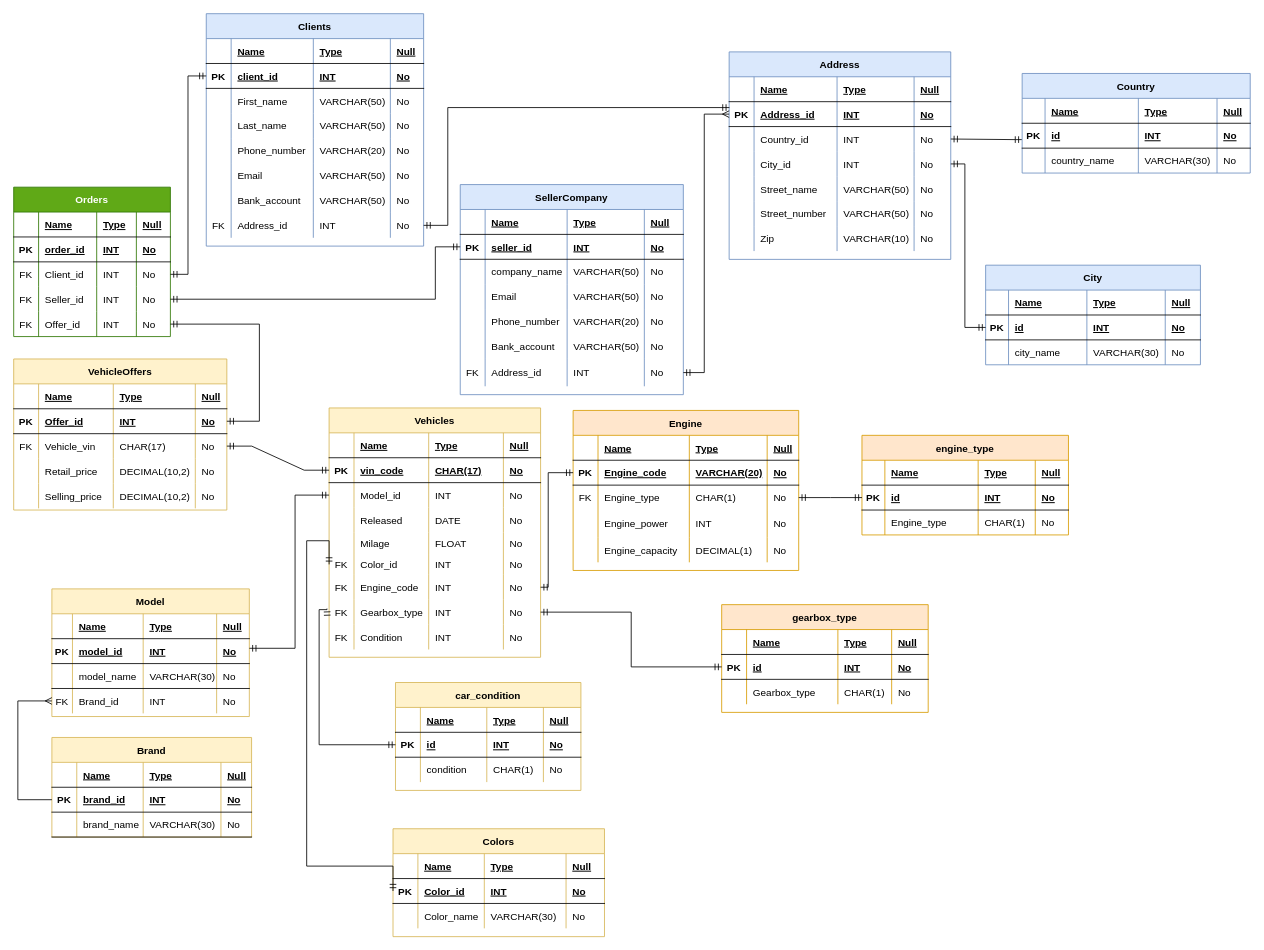
The draw.io diagram page "physical model" (7 of 7) of Car Marketplace.drawio in kstekels/Car-Marketplace, before the edit. Source tidied: cells renumbered, new cells numbered last; positions are measured from the earlier drawing's top-left corner, leaving out a move shared by most shapes. Both pictures are drawn from the tidied source at 83%, with x=0, y=0 at pixel (13, 13).
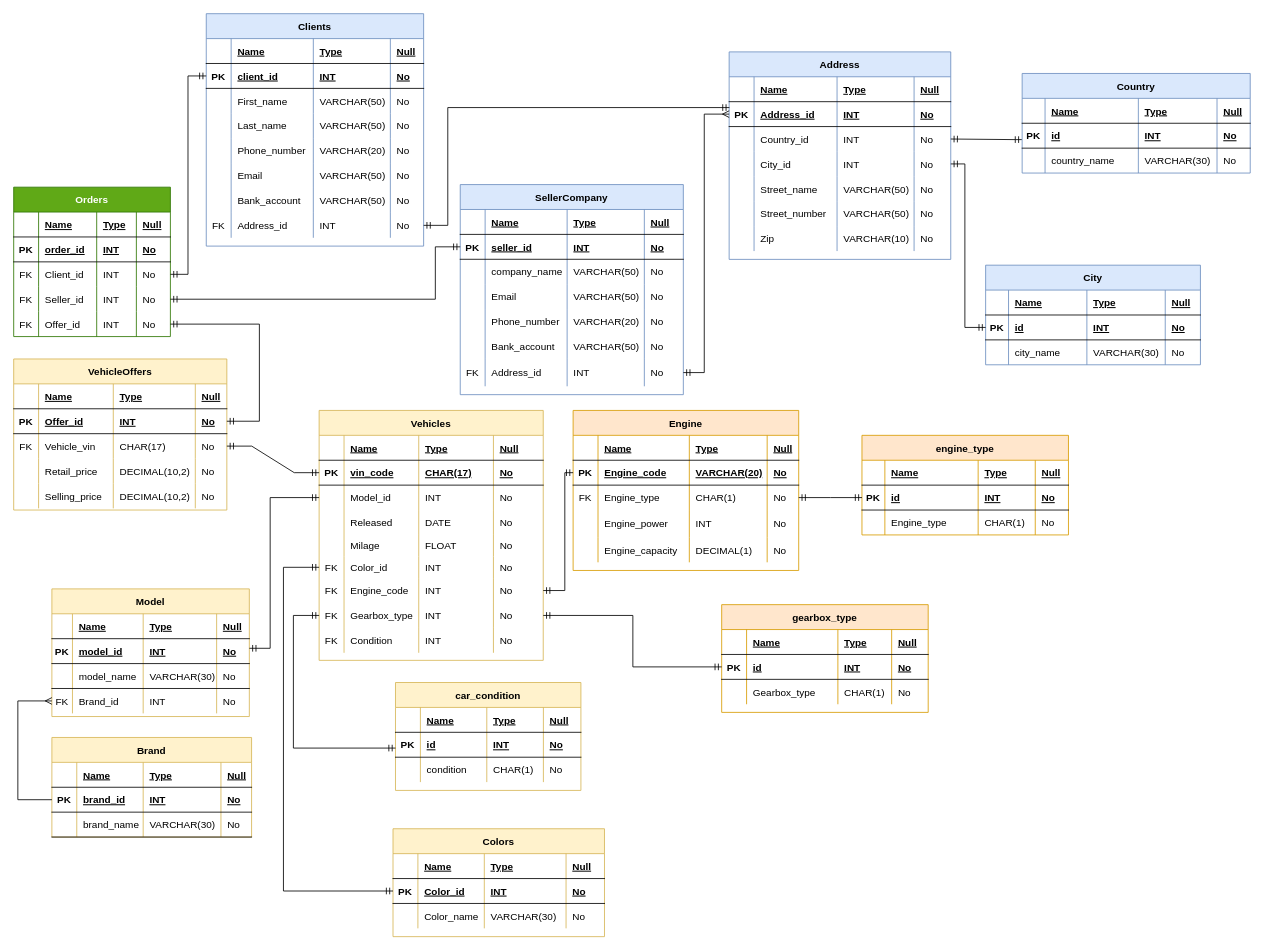
After the change.

Unchanged cells that the change refers to:
```xml
<mxCell id="194" style="shape=partialRectangle;fillColor=none;top=0;left=0;bottom=1;right=0;points=[[0,0.5],[1,0.5]];portConstraint=eastwest;" parent="188" vertex="1">
  <mxGeometry y="60" width="254.8" height="30" as="geometry" />
</mxCell>
<mxCell id="210" style="shape=partialRectangle;fillColor=none;top=0;left=0;bottom=1;right=0;points=[[0,0.5],[1,0.5]];portConstraint=eastwest;" parent="204" vertex="1">
  <mxGeometry y="60" width="271.8" height="30" as="geometry" />
</mxCell>
<mxCell id="304" style="shape=partialRectangle;fillColor=none;top=0;left=0;bottom=1;right=0;points=[[0,0.5],[1,0.5]];portConstraint=eastwest;" parent="298" vertex="1">
  <mxGeometry y="60" width="223.4" height="30" as="geometry" />
</mxCell>
<mxCell id="337" style="shape=partialRectangle;fillColor=none;top=0;left=0;bottom=1;right=0;points=[[0,0.5],[1,0.5]];portConstraint=eastwest;" parent="331" vertex="1">
  <mxGeometry y="60" width="237.9" height="30" as="geometry" />
</mxCell>
```

The edit, as a diff of the source:
```diff
@@
     <mxCell id="142" value="Vehicles" style="shape=table;startSize=30;childLayout=tableLayout;rowLines=0;fontStyle=1;align=center;fillColor=#fff2cc;strokeColor=#d6b656;" parent="1" vertex="1">
-      <mxGeometry x="380" y="475" width="254.8" height="300.4" as="geometry" />
+      <mxGeometry x="368" y="478" width="270" height="301.1" as="geometry" />
     </mxCell>
     <mxCell id="143" style="shape=partialRectangle;fillColor=none;top=0;left=0;bottom=1;right=0;" parent="142" vertex="1">
-      <mxGeometry y="30" width="254.8" height="30" as="geometry" />
+      <mxGeometry y="30" width="270" height="30" as="geometry" />
     </mxCell>
@@
     <mxCell id="147" value="Null" style="shape=partialRectangle;fillColor=none;top=0;left=0;bottom=0;right=0;align=left;spacingLeft=6;fontStyle=5;overflow=hidden;" parent="143" vertex="1">
-      <mxGeometry x="210" width="44.8" height="30" as="geometry" />
+      <mxGeometry x="210" width="60" height="30" as="geometry" />
     </mxCell>
     <mxCell id="148" style="shape=partialRectangle;fillColor=none;top=0;left=0;bottom=1;right=0;points=[[0,0.5],[1,0.5]];portConstraint=eastwest;" parent="142" vertex="1">
-      <mxGeometry y="60" width="254.8" height="30" as="geometry" />
+      <mxGeometry y="60" width="270" height="30" as="geometry" />
     </mxCell>
@@
     <mxCell id="152" value="No" style="shape=partialRectangle;fillColor=none;top=0;left=0;bottom=0;right=0;align=left;spacingLeft=6;fontStyle=5;overflow=hidden;" parent="148" vertex="1">
-      <mxGeometry x="210" width="44.8" height="30" as="geometry" />
+      <mxGeometry x="210" width="60" height="30" as="geometry" />
     </mxCell>
     <mxCell id="153" style="shape=partialRectangle;fillColor=none;top=0;left=0;bottom=0;right=0;points=[[0,0.5],[1,0.5]];portConstraint=eastwest;" parent="142" vertex="1">
-      <mxGeometry y="90" width="254.8" height="30" as="geometry" />
+      <mxGeometry y="90" width="270" height="30" as="geometry" />
     </mxCell>
@@
     <mxCell id="157" value="No" style="shape=partialRectangle;fillColor=none;top=0;left=0;bottom=0;right=0;align=left;spacingLeft=6;overflow=hidden;" parent="153" vertex="1">
-      <mxGeometry x="210" width="44.8" height="30" as="geometry" />
+      <mxGeometry x="210" width="60" height="30" as="geometry" />
     </mxCell>
     <mxCell id="158" style="shape=partialRectangle;fillColor=none;top=0;left=0;bottom=0;right=0;" parent="142" vertex="1">
-      <mxGeometry y="120" width="254.8" height="30" as="geometry" />
+      <mxGeometry y="120" width="270" height="30" as="geometry" />
     </mxCell>
@@
     <mxCell id="162" value="No" style="shape=partialRectangle;fillColor=none;top=0;left=0;bottom=0;right=0;align=left;spacingLeft=6;overflow=hidden;" parent="158" vertex="1">
-      <mxGeometry x="210" width="44.8" height="30" as="geometry" />
+      <mxGeometry x="210" width="60" height="30" as="geometry" />
     </mxCell>
     <mxCell id="163" style="shape=partialRectangle;fillColor=none;top=0;left=0;bottom=0;right=0;" parent="142" vertex="1">
-      <mxGeometry y="150" width="254.8" height="26" as="geometry" />
+      <mxGeometry y="150" width="270" height="26" as="geometry" />
     </mxCell>
@@
     <mxCell id="167" value="No" style="shape=partialRectangle;fillColor=none;top=0;left=0;bottom=0;right=0;align=left;spacingLeft=6;overflow=hidden;" parent="163" vertex="1">
-      <mxGeometry x="210" width="44.8" height="26" as="geometry" />
+      <mxGeometry x="210" width="60" height="26" as="geometry" />
     </mxCell>
     <mxCell id="168" style="shape=partialRectangle;fillColor=none;top=0;left=0;bottom=0;right=0;points=[[0,0.5],[1,0.5]];portConstraint=eastwest;" parent="142" vertex="1">
-      <mxGeometry y="176" width="254.8" height="25" as="geometry" />
+      <mxGeometry y="176" width="270" height="26" as="geometry" />
     </mxCell>
     <mxCell id="169" value="FK" style="shape=partialRectangle;fillColor=none;top=0;left=0;bottom=0;right=0;fontStyle=0;overflow=hidden;" parent="168" vertex="1">
-      <mxGeometry width="30" height="25" as="geometry" />
+      <mxGeometry width="30" height="26" as="geometry" />
     </mxCell>
     <mxCell id="170" value="Color_id" style="shape=partialRectangle;fillColor=none;top=0;left=0;bottom=0;right=0;align=left;spacingLeft=6;fontStyle=0;overflow=hidden;" parent="168" vertex="1">
-      <mxGeometry x="30" width="90" height="25" as="geometry" />
+      <mxGeometry x="30" width="90" height="26" as="geometry" />
     </mxCell>
     <mxCell id="171" value="INT" style="shape=partialRectangle;fillColor=none;top=0;left=0;bottom=0;right=0;align=left;spacingLeft=6;fontStyle=0;overflow=hidden;" parent="168" vertex="1">
-      <mxGeometry x="120" width="90" height="25" as="geometry" />
+      <mxGeometry x="120" width="90" height="26" as="geometry" />
     </mxCell>
     <mxCell id="172" value="No" style="shape=partialRectangle;fillColor=none;top=0;left=0;bottom=0;right=0;align=left;spacingLeft=6;fontStyle=0;overflow=hidden;" parent="168" vertex="1">
-      <mxGeometry x="210" width="44.8" height="25" as="geometry" />
+      <mxGeometry x="210" width="60" height="26" as="geometry" />
     </mxCell>
     <mxCell id="173" style="shape=partialRectangle;fillColor=none;top=0;left=0;bottom=0;right=0;points=[[0,0.5],[1,0.5]];portConstraint=eastwest;" parent="142" vertex="1">
-      <mxGeometry y="201" width="254.8" height="30" as="geometry" />
+      <mxGeometry y="202" width="270" height="30" as="geometry" />
     </mxCell>
@@
     <mxCell id="177" value="No" style="shape=partialRectangle;fillColor=none;top=0;left=0;bottom=0;right=0;align=left;spacingLeft=6;fontStyle=0;overflow=hidden;" parent="173" vertex="1">
-      <mxGeometry x="210" width="44.8" height="30" as="geometry" />
+      <mxGeometry x="210" width="60" height="30" as="geometry" />
     </mxCell>
     <mxCell id="178" style="shape=partialRectangle;fillColor=none;top=0;left=0;bottom=0;right=0;points=[[0,0.5],[1,0.5]];portConstraint=eastwest;" parent="142" vertex="1">
-      <mxGeometry y="231" width="254.8" height="30" as="geometry" />
+      <mxGeometry y="232" width="270" height="30" as="geometry" />
     </mxCell>
@@
     <mxCell id="182" value="No" style="shape=partialRectangle;fillColor=none;top=0;left=0;bottom=0;right=0;align=left;spacingLeft=6;fontStyle=0;overflow=hidden;" parent="178" vertex="1">
-      <mxGeometry x="210" width="44.8" height="30" as="geometry" />
+      <mxGeometry x="210" width="60" height="30" as="geometry" />
     </mxCell>
     <mxCell id="183" style="shape=partialRectangle;fillColor=none;top=0;left=0;bottom=0;right=0;" parent="142" vertex="1">
-      <mxGeometry y="261" width="254.8" height="30" as="geometry" />
+      <mxGeometry y="262" width="270" height="30" as="geometry" />
     </mxCell>
@@
     <mxCell id="187" value="No" style="shape=partialRectangle;fillColor=none;top=0;left=0;bottom=0;right=0;align=left;spacingLeft=6;fontStyle=0;overflow=hidden;" parent="183" vertex="1">
-      <mxGeometry x="210" width="44.8" height="30" as="geometry" />
+      <mxGeometry x="210" width="60" height="30" as="geometry" />
     </mxCell>
@@
     <mxCell id="259" style="edgeStyle=elbowEdgeStyle;fontSize=12;html=1;endArrow=ERmandOne;rounded=0;entryX=0;entryY=0.5;entryDx=0;entryDy=0;endFill=0;startArrow=ERmandOne;startFill=0;" parent="1" edge="1" source="173" target="210">
       <mxGeometry relative="1" as="geometry">
         <Array as="points">
+          <mxPoint x="664" y="611" />
           <mxPoint x="644" y="614" />
           <mxPoint x="818" y="596" />
         </Array>
       </mxGeometry>
     </mxCell>
     <mxCell id="260" style="edgeStyle=orthogonalEdgeStyle;fontSize=12;html=1;endArrow=ERmandOne;rounded=0;entryX=0;entryY=0.5;entryDx=0;entryDy=0;endFill=0;startArrow=ERmandOne;startFill=0;exitX=0;exitY=0.5;exitDx=0;exitDy=0;" parent="1" edge="1" source="168" target="194">
       <mxGeometry relative="1" as="geometry">
         <Array as="points">
-          <mxPoint x="380" y="635" />
-          <mxPoint x="353" y="635" />
-          <mxPoint x="353" y="1027" />
+          <mxPoint x="325" y="667" />
+          <mxPoint x="325" y="1057" />
         </Array>
       </mxGeometry>
     </mxCell>
@@
-    <mxCell id="314" style="edgeStyle=orthogonalEdgeStyle;fontSize=12;html=1;endArrow=ERmandOne;rounded=0;endFill=0;startArrow=ERmandOne;startFill=0;exitX=-0.01;exitY=0.357;exitDx=0;exitDy=0;exitPerimeter=0;entryX=0;entryY=0.5;entryDx=0;entryDy=0;" parent="1" edge="1" source="178" target="304">
+    <mxCell id="314" style="edgeStyle=orthogonalEdgeStyle;fontSize=12;html=1;endArrow=ERmandOne;rounded=0;endFill=0;startArrow=ERmandOne;startFill=0;entryX=0;entryY=0.5;entryDx=0;entryDy=0;" parent="1" edge="1" source="178">
       <mxGeometry relative="1" as="geometry">
+        <mxPoint x="460" y="884.8" as="targetPoint" />
         <Array as="points">
-          <mxPoint x="377" y="718" />
-          <mxPoint x="368" y="718" />
-          <mxPoint x="368" y="880" />
+          <mxPoint x="337" y="725" />
+          <mxPoint x="337" y="885" />
         </Array>
       </mxGeometry>
     </mxCell>
@@
     <mxCell id="353" style="edgeStyle=elbowEdgeStyle;fontSize=12;html=1;endArrow=ERmandOne;rounded=0;endFill=0;startArrow=ERmandOne;startFill=0;entryX=1;entryY=0.386;entryDx=0;entryDy=0;entryPerimeter=0;" parent="1" edge="1" source="153" target="337">
       <mxGeometry relative="1" as="geometry">
         <Array as="points">
+          <mxPoint x="309" y="648" />
           <mxPoint x="339" y="669" />
           <mxPoint x="14" y="663" />
           <mxPoint x="273" y="714" />
           <mxPoint x="273" y="681" />
           <mxPoint x="273" y="648" />
           <mxPoint x="273" y="662" />
           <mxPoint x="220" y="657" />
           <mxPoint x="277" y="656" />
           <mxPoint x="496" y="902" />
           <mxPoint x="197" y="650" />
         </Array>
       </mxGeometry>
     </mxCell>
```
